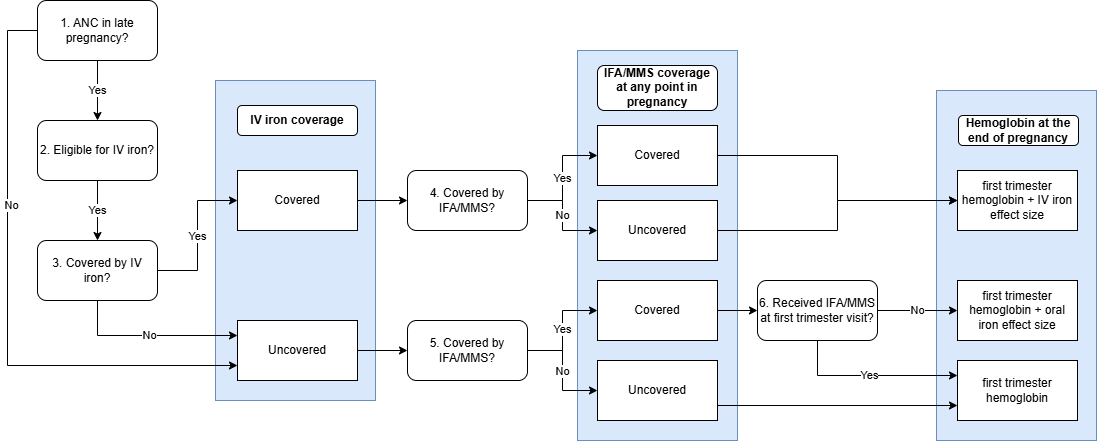
Above: docs/source/models/concept_models/vivarium_mncnh_portfolio/hemoglobin_module/end_of_pregnancy_diagram.drawio.png in ihmeuw/vivarium_research (draw.io), before the change. Source tidied: cells renumbered, new cells last; positions are measured from the earlier drawing's top-left corner, leaving out a move shared by most shapes.
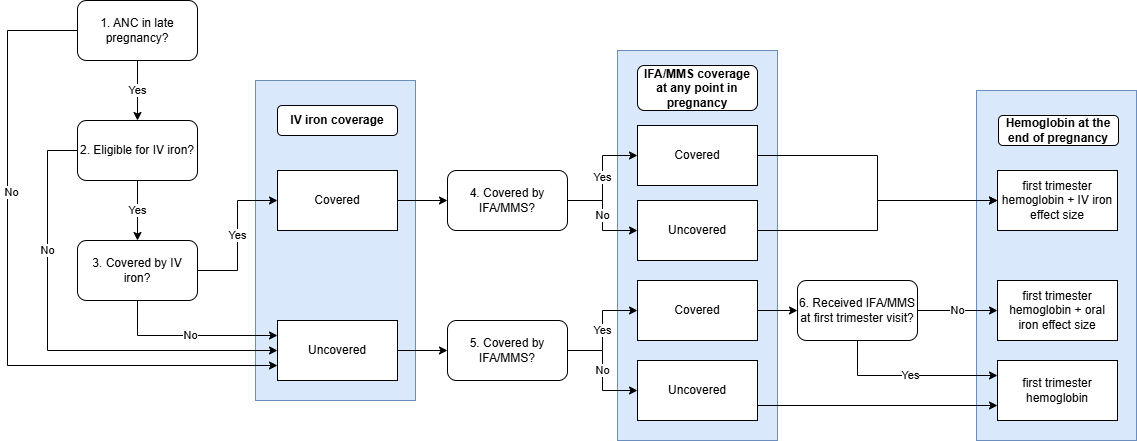
Later version of the same file.

Commit message:
address feedback

Diff of the diagram source:
```diff
@@ -23,8 +23,8 @@
     <mxCell id="8" style="edgeStyle=orthogonalEdgeStyle;rounded=0;jettySize=auto;html=1;entryX=0;entryY=0.75;entryDx=0;entryDy=0;" parent="1" edge="1" source="10" target="22">
       <mxGeometry relative="1" as="geometry">
         <Array as="points">
-          <mxPoint y="30" />
-          <mxPoint y="365" />
+          <mxPoint x="-40" y="30" />
+          <mxPoint x="-40" y="365" />
         </Array>
       </mxGeometry>
     </mxCell>
@@ -39,6 +39,14 @@
     <mxCell id="11" value="Yes" style="edgeStyle=orthogonalEdgeStyle;rounded=0;jettySize=auto;html=1;entryX=0.5;entryY=0;entryDx=0;entryDy=0;" parent="1" edge="1" source="12" target="15">
       <mxGeometry relative="1" as="geometry" />
     </mxCell>
+    <mxCell id="41" value="No" style="edgeStyle=orthogonalEdgeStyle;rounded=0;jettySize=auto;html=1;entryX=0;entryY=0.5;entryDx=0;entryDy=0;" parent="1" edge="1" source="12" target="22">
+      <mxGeometry x="-0.43" relative="1" as="geometry">
+        <Array as="points">
+          <mxPoint y="150" />
+          <mxPoint y="350" />
+        </Array>
+      </mxGeometry>
+    </mxCell>
     <mxCell id="12" value="2. Eligible for IV iron?" style="rounded=1;whiteSpace=wrap;html=1;" parent="1" vertex="1">
       <mxGeometry x="30" y="120" width="120" height="60" as="geometry" />
     </mxCell>
```
